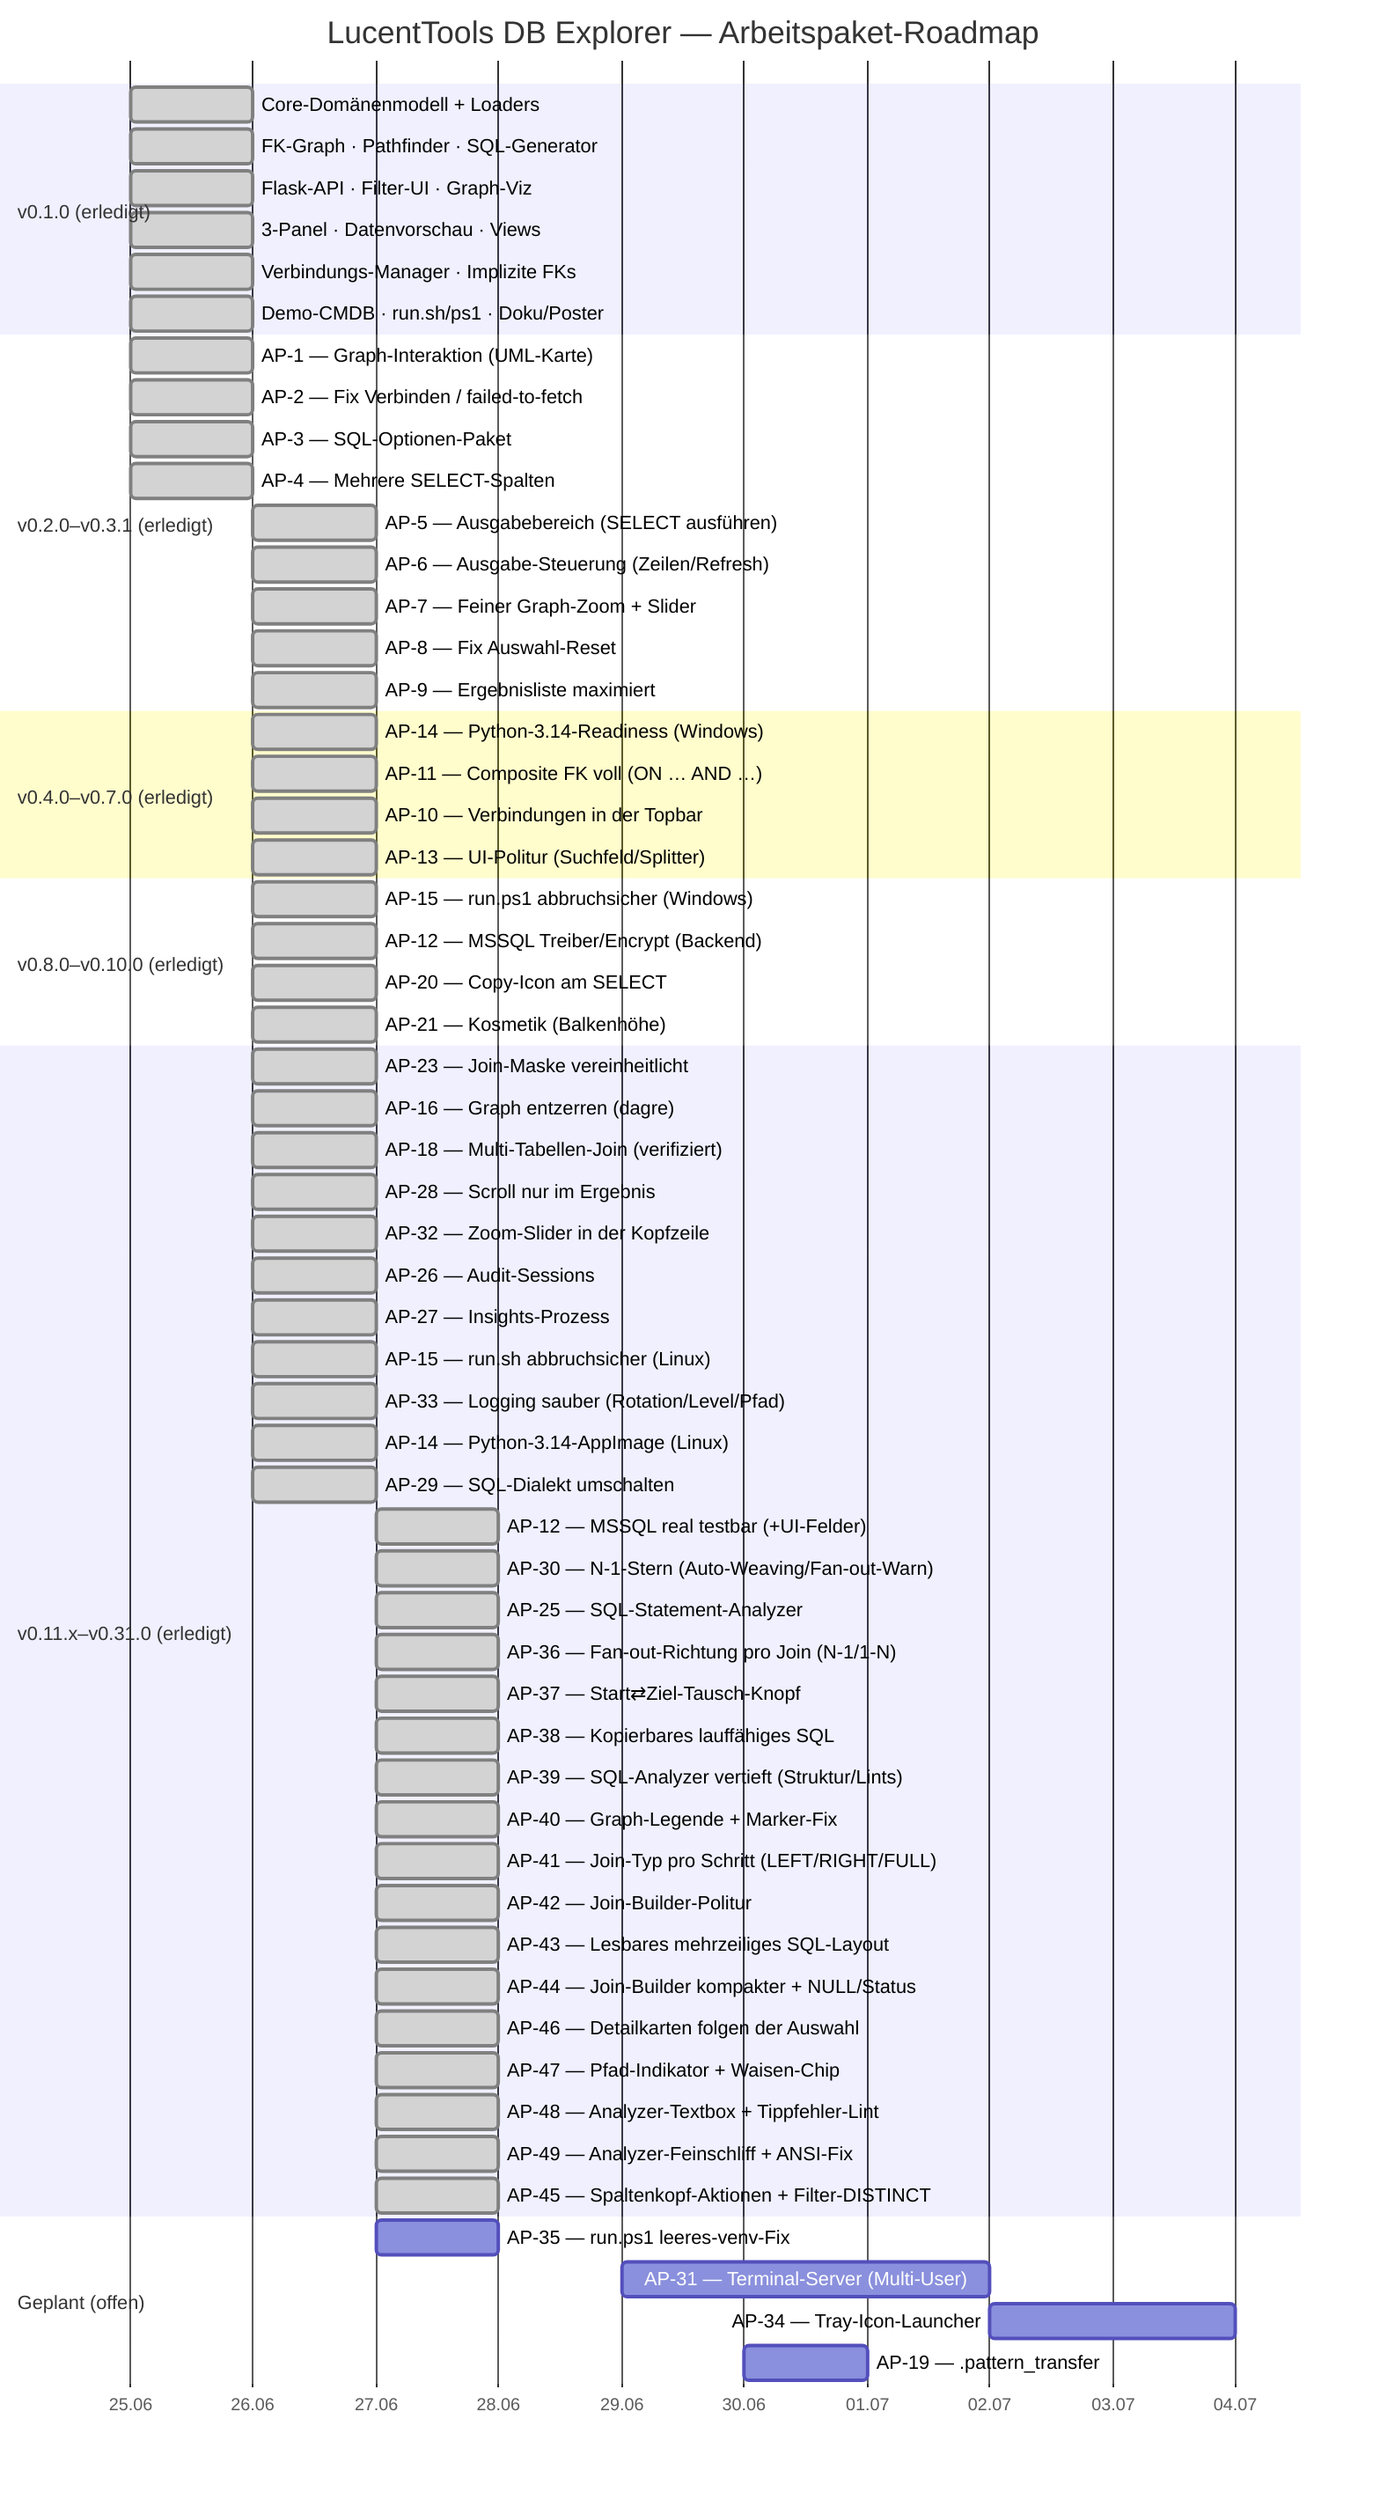
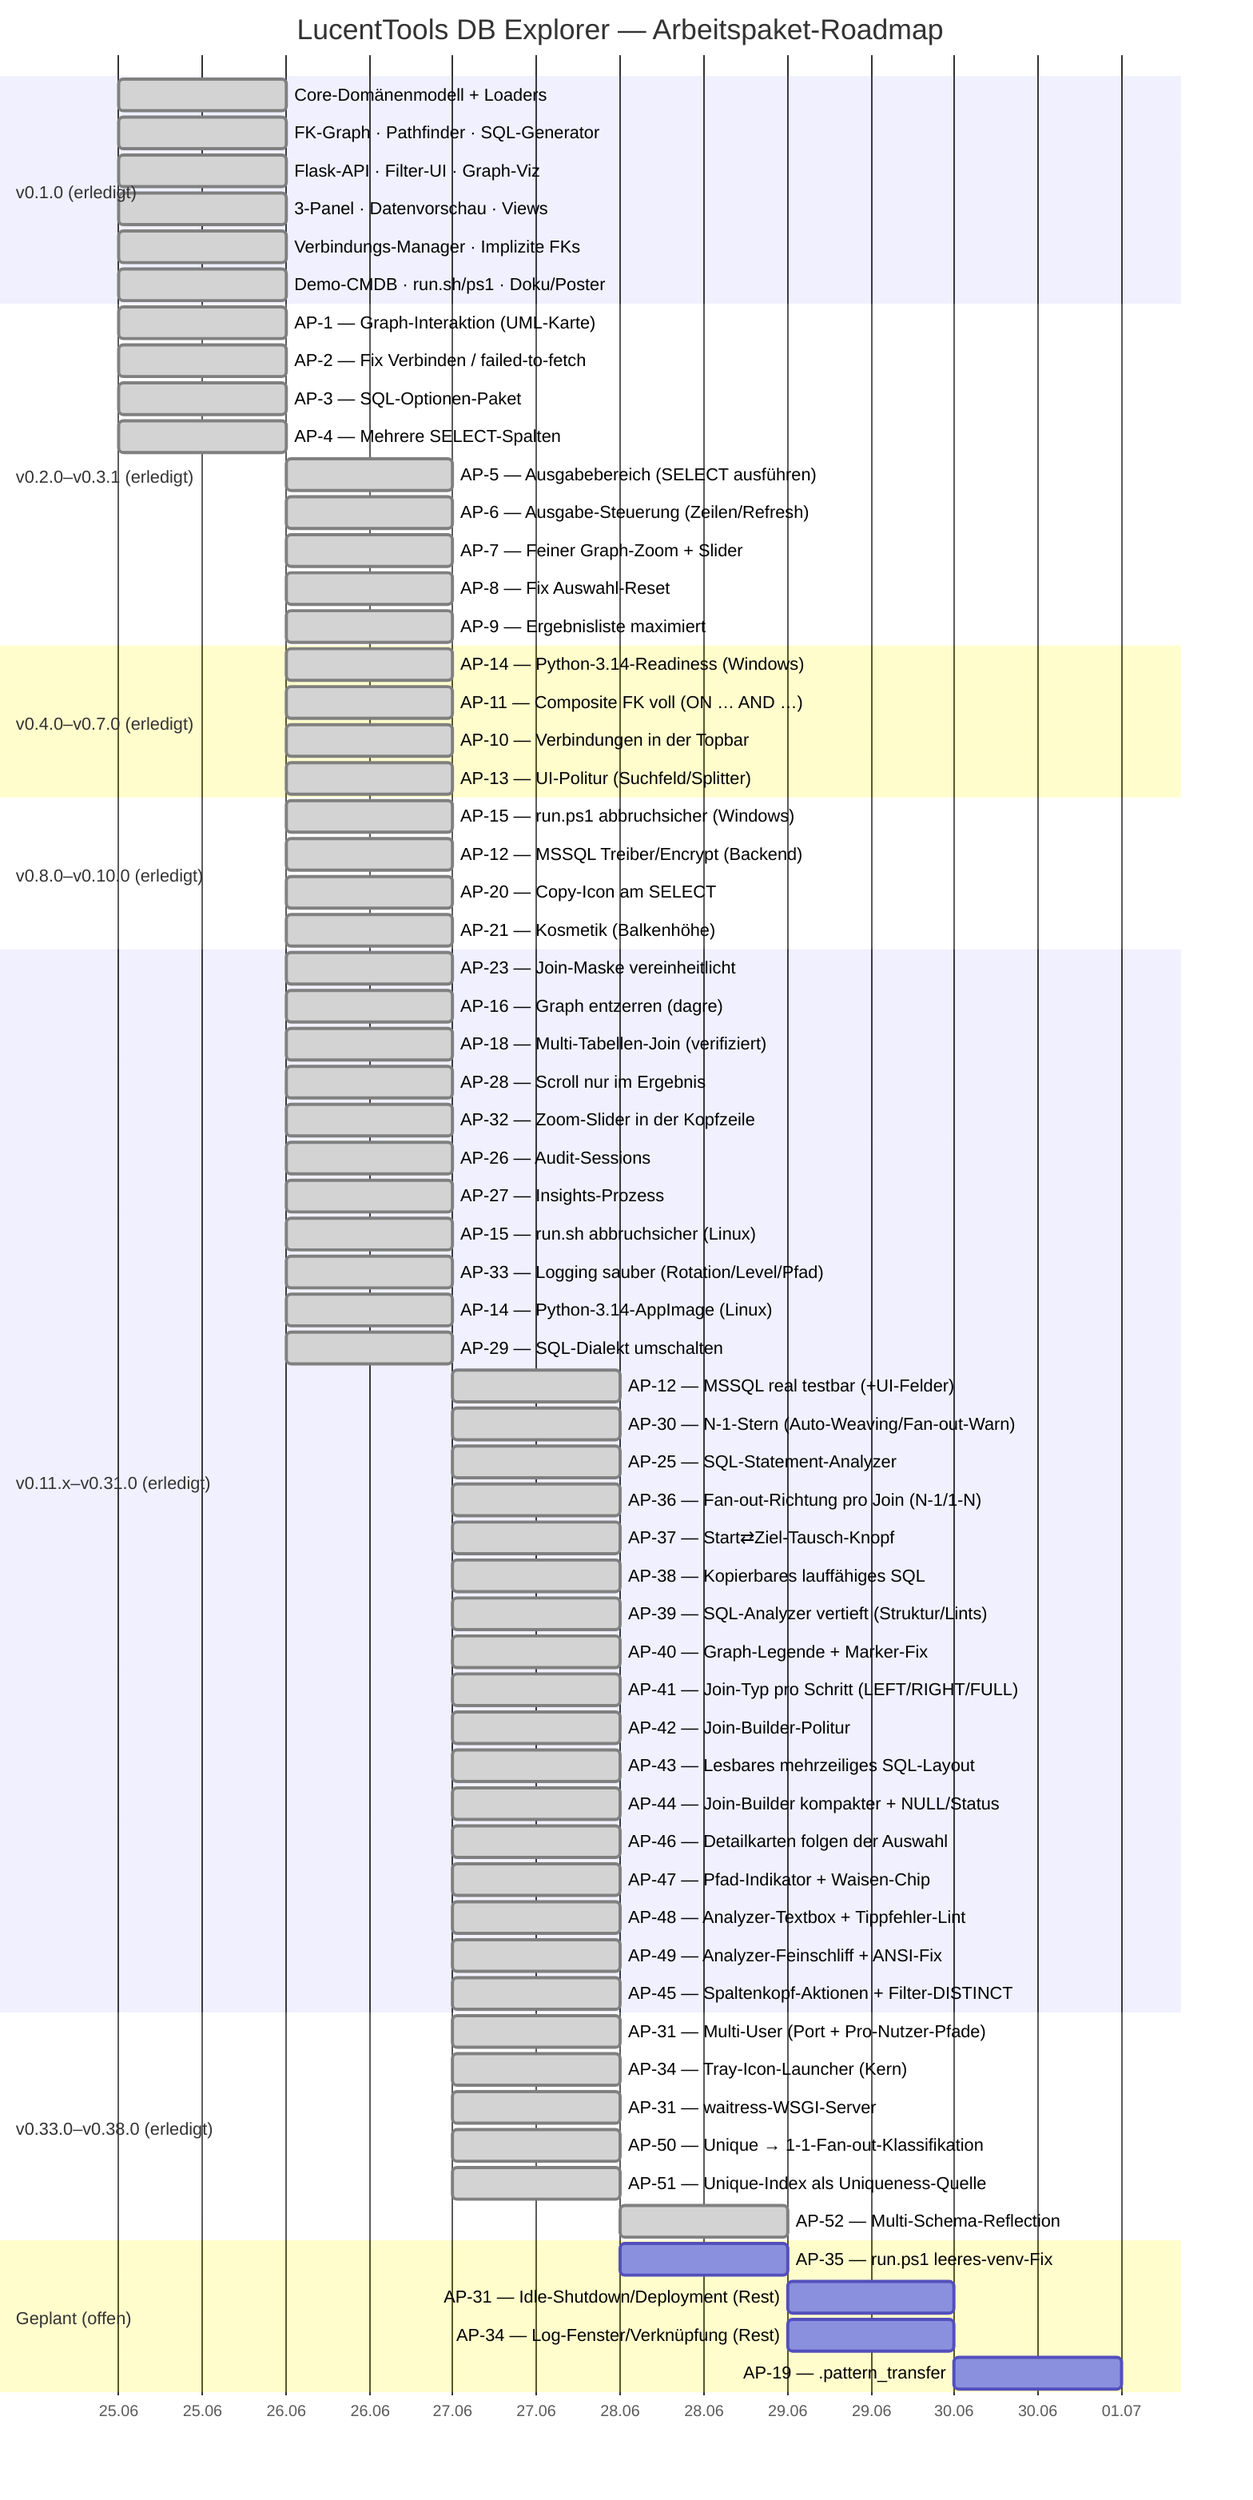
gantt
    title LucentTools DB Explorer — Arbeitspaket-Roadmap
    dateFormat  YYYY-MM-DD
    axisFormat  %d.%m

    section v0.1.0 (erledigt)
    Core-Domänenmodell + Loaders          :done, d1, 2026-06-25, 1d
    FK-Graph · Pathfinder · SQL-Generator :done, d2, 2026-06-25, 1d
    Flask-API · Filter-UI · Graph-Viz     :done, d3, 2026-06-25, 1d
    3-Panel · Datenvorschau · Views       :done, d4, 2026-06-25, 1d
    Verbindungs-Manager · Implizite FKs   :done, d5, 2026-06-25, 1d
    Demo-CMDB · run.sh/ps1 · Doku/Poster  :done, d6, 2026-06-25, 1d

    section v0.2.0–v0.3.1 (erledigt)
    AP-1 — Graph-Interaktion (UML-Karte)        :done, a1, 2026-06-25, 1d
    AP-2 — Fix Verbinden / failed-to-fetch      :done, a2, 2026-06-25, 1d
    AP-3 — SQL-Optionen-Paket                   :done, a3, 2026-06-25, 1d
    AP-4 — Mehrere SELECT-Spalten               :done, a4, 2026-06-25, 1d
    AP-5 — Ausgabebereich (SELECT ausführen)    :done, a5, 2026-06-26, 1d
    AP-6 — Ausgabe-Steuerung (Zeilen/Refresh)   :done, a6, 2026-06-26, 1d
    AP-7 — Feiner Graph-Zoom + Slider           :done, a7, 2026-06-26, 1d
    AP-8 — Fix Auswahl-Reset                    :done, a8, 2026-06-26, 1d
    AP-9 — Ergebnisliste maximiert              :done, a9, 2026-06-26, 1d

    section v0.4.0–v0.7.0 (erledigt)
    AP-14 — Python-3.14-Readiness (Windows)     :done, b1, 2026-06-26, 1d
    AP-11 — Composite FK voll (ON … AND …)      :done, b2, 2026-06-26, 1d
    AP-10 — Verbindungen in der Topbar          :done, b3, 2026-06-26, 1d
    AP-13 — UI-Politur (Suchfeld/Splitter)      :done, b4, 2026-06-26, 1d

    section v0.8.0–v0.10.0 (erledigt)
    AP-15 — run.ps1 abbruchsicher (Windows)     :done, c1, 2026-06-26, 1d
    AP-12 — MSSQL Treiber/Encrypt (Backend)     :done, c2, 2026-06-26, 1d
    AP-20 — Copy-Icon am SELECT                 :done, c3, 2026-06-26, 1d
    AP-21 — Kosmetik (Balkenhöhe)               :done, c4, 2026-06-26, 1d

    section v0.11.x–v0.31.0 (erledigt)
    AP-23 — Join-Maske vereinheitlicht          :done, e1, 2026-06-26, 1d
    AP-16 — Graph entzerren (dagre)             :done, e2, 2026-06-26, 1d
    AP-18 — Multi-Tabellen-Join (verifiziert)   :done, e3, 2026-06-26, 1d
    AP-28 — Scroll nur im Ergebnis              :done, e4, 2026-06-26, 1d
    AP-32 — Zoom-Slider in der Kopfzeile        :done, e5, 2026-06-26, 1d
    AP-26 — Audit-Sessions                      :done, e6, 2026-06-26, 1d
    AP-27 — Insights-Prozess                    :done, e7, 2026-06-26, 1d
    AP-15 — run.sh abbruchsicher (Linux)        :done, e8, 2026-06-26, 1d
    AP-33 — Logging sauber (Rotation/Level/Pfad) :done, e9, 2026-06-26, 1d
    AP-14 — Python-3.14-AppImage (Linux)         :done, e10, 2026-06-26, 1d
    AP-29 — SQL-Dialekt umschalten               :done, e11, 2026-06-26, 1d
    AP-12 — MSSQL real testbar (+UI-Felder)      :done, e12, 2026-06-27, 1d
    AP-30 — N-1-Stern (Auto-Weaving/Fan-out-Warn) :done, e13, 2026-06-27, 1d
    AP-25 — SQL-Statement-Analyzer               :done, e14, 2026-06-27, 1d
    AP-36 — Fan-out-Richtung pro Join (N-1/1-N)  :done, e15, 2026-06-27, 1d
    AP-37 — Start⇄Ziel-Tausch-Knopf              :done, e16, 2026-06-27, 1d
    AP-38 — Kopierbares lauffähiges SQL          :done, e17, 2026-06-27, 1d
    AP-39 — SQL-Analyzer vertieft (Struktur/Lints) :done, e18, 2026-06-27, 1d
    AP-40 — Graph-Legende + Marker-Fix           :done, e19, 2026-06-27, 1d
    AP-41 — Join-Typ pro Schritt (LEFT/RIGHT/FULL) :done, e20, 2026-06-27, 1d
    AP-42 — Join-Builder-Politur                 :done, e21, 2026-06-27, 1d
    AP-43 — Lesbares mehrzeiliges SQL-Layout      :done, e22, 2026-06-27, 1d
    AP-44 — Join-Builder kompakter + NULL/Status :done, e23, 2026-06-27, 1d
    AP-46 — Detailkarten folgen der Auswahl       :done, e24, 2026-06-27, 1d
    AP-47 — Pfad-Indikator + Waisen-Chip         :done, e25, 2026-06-27, 1d
    AP-48 — Analyzer-Textbox + Tippfehler-Lint   :done, e26, 2026-06-27, 1d
    AP-49 — Analyzer-Feinschliff + ANSI-Fix       :done, e27, 2026-06-27, 1d
    AP-45 — Spaltenkopf-Aktionen + Filter-DISTINCT :done, e28, 2026-06-27, 1d

+     section v0.33.0–v0.38.0 (erledigt)
+     AP-31 — Multi-User (Port + Pro-Nutzer-Pfade) :done, f1, 2026-06-27, 1d
+     AP-34 — Tray-Icon-Launcher (Kern)            :done, f2, 2026-06-27, 1d
+     AP-31 — waitress-WSGI-Server                 :done, f3, 2026-06-27, 1d
+     AP-50 — Unique → 1-1-Fan-out-Klassifikation  :done, f4, 2026-06-27, 1d
+     AP-51 — Unique-Index als Uniqueness-Quelle   :done, f5, 2026-06-27, 1d
+     AP-52 — Multi-Schema-Reflection              :done, f6, 2026-06-28, 1d
+ 
    section Geplant (offen)
-     AP-35 — run.ps1 leeres-venv-Fix             :p3, 2026-06-27, 1d
-     AP-31 — Terminal-Server (Multi-User)        :p7, 2026-06-29, 3d
-     AP-34 — Tray-Icon-Launcher                  :p9, after p7, 2d
+     AP-35 — run.ps1 leeres-venv-Fix             :p3, 2026-06-28, 1d
+     AP-31 — Idle-Shutdown/Deployment (Rest)     :p5, 2026-06-29, 1d
+     AP-34 — Log-Fenster/Verknüpfung (Rest)      :p6, 2026-06-29, 1d
    AP-19 — .pattern_transfer                   :p11, 2026-06-30, 1d
